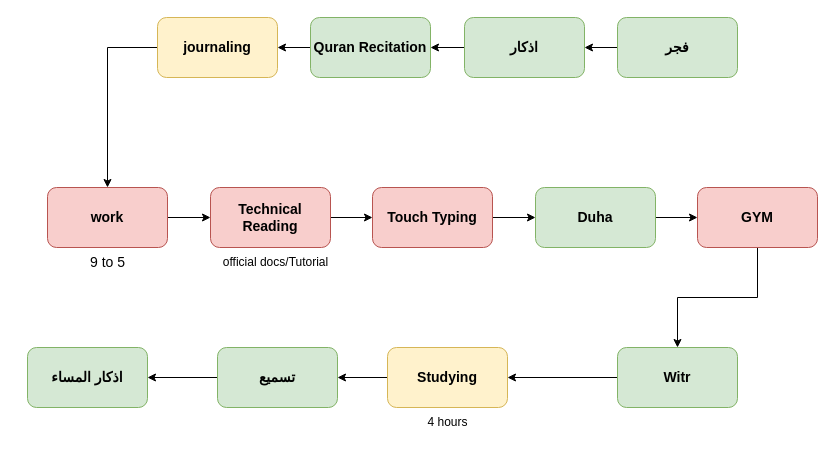
Before: daily_routine.drawio in tarikwaleed/diagrams, a draw.io diagram. Source tidied: cells renumbered, new cells numbered last; positions are measured from the earlier drawing's top-left corner, leaving out a move shared by most shapes. Both pictures are drawn from the tidied source at 100%, with x=0, y=0 at pixel (27, 17).
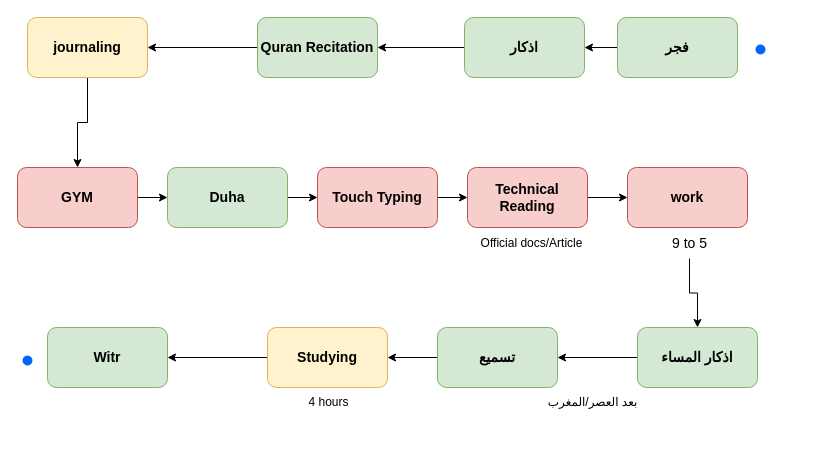
The same page after the edit.

What changed in the source:
```diff
@@
+    <mxCell id="30" style="edgeStyle=orthogonalEdgeStyle;rounded=0;jettySize=auto;html=1;" parent="1" edge="1" source="2" target="4">
+      <mxGeometry relative="1" as="geometry" />
+    </mxCell>
     <mxCell id="2" value="اذكار المساء" style="rounded=1;whiteSpace=wrap;html=1;fontSize=14;fontStyle=1;fillColor=#d5e8d4;strokeColor=#82b366;" parent="1" vertex="1">
-      <mxGeometry y="330" width="120" height="60" as="geometry" />
+      <mxGeometry x="610" y="310" width="120" height="60" as="geometry" />
     </mxCell>
-    <mxCell id="3" style="edgeStyle=orthogonalEdgeStyle;rounded=0;jettySize=auto;html=1;fontSize=14;fontStyle=1;" parent="1" edge="1" source="4" target="2">
-      <mxGeometry relative="1" as="geometry" />
-    </mxCell>
+    <mxCell id="31" style="edgeStyle=orthogonalEdgeStyle;rounded=0;jettySize=auto;html=1;" parent="1" edge="1" source="4" target="6">
+      <mxGeometry relative="1" as="geometry" />
+    </mxCell>
     <mxCell id="4" value="تسميع" style="rounded=1;whiteSpace=wrap;html=1;fontSize=14;fontStyle=1;fillColor=#d5e8d4;strokeColor=#82b366;" parent="1" vertex="1">
-      <mxGeometry x="190" y="330" width="120" height="60" as="geometry" />
+      <mxGeometry x="410" y="310" width="120" height="60" as="geometry" />
     </mxCell>
-    <mxCell id="5" style="edgeStyle=orthogonalEdgeStyle;rounded=0;jettySize=auto;html=1;fontSize=14;fontStyle=1;" parent="1" edge="1" source="6" target="4">
-      <mxGeometry relative="1" as="geometry" />
-    </mxCell>
+    <mxCell id="32" style="edgeStyle=orthogonalEdgeStyle;rounded=0;jettySize=auto;html=1;" parent="1" edge="1" source="6" target="8">
+      <mxGeometry relative="1" as="geometry" />
+    </mxCell>
     <mxCell id="6" value="Studying" style="rounded=1;whiteSpace=wrap;html=1;fontSize=14;fontStyle=1;fillColor=#fff2cc;strokeColor=#d6b656;" parent="1" vertex="1">
-      <mxGeometry x="360" y="330" width="120" height="60" as="geometry" />
+      <mxGeometry x="240" y="310" width="120" height="60" as="geometry" />
     </mxCell>
-    <mxCell id="7" style="edgeStyle=orthogonalEdgeStyle;rounded=0;jettySize=auto;html=1;fontSize=14;fontStyle=1;" parent="1" edge="1" source="8" target="6">
-      <mxGeometry relative="1" as="geometry" />
-    </mxCell>
     <mxCell id="8" value="Witr" style="rounded=1;whiteSpace=wrap;html=1;fontSize=14;fontStyle=1;fillColor=#d5e8d4;strokeColor=#82b366;" parent="1" vertex="1">
-      <mxGeometry x="590" y="330" width="120" height="60" as="geometry" />
+      <mxGeometry x="20" y="310" width="120" height="60" as="geometry" />
     </mxCell>
-    <mxCell id="9" style="edgeStyle=orthogonalEdgeStyle;rounded=0;jettySize=auto;html=1;exitX=0.5;exitY=1;exitDx=0;exitDy=0;entryX=0.5;entryY=0;entryDx=0;entryDy=0;fontSize=14;fontStyle=1;" parent="1" edge="1" source="10" target="8">
-      <mxGeometry relative="1" as="geometry" />
-    </mxCell>
+    <mxCell id="33" style="edgeStyle=orthogonalEdgeStyle;rounded=0;jettySize=auto;html=1;" parent="1" edge="1" source="10" target="12">
+      <mxGeometry relative="1" as="geometry" />
+    </mxCell>
     <mxCell id="10" value="GYM" style="rounded=1;whiteSpace=wrap;html=1;fontSize=14;fontStyle=1;fillColor=#f8cecc;strokeColor=#b85450;" parent="1" vertex="1">
-      <mxGeometry x="670" y="170" width="120" height="60" as="geometry" />
+      <mxGeometry x="-10" y="150" width="120" height="60" as="geometry" />
     </mxCell>
-    <mxCell id="11" style="edgeStyle=orthogonalEdgeStyle;rounded=0;jettySize=auto;html=1;exitX=1;exitY=0.5;exitDx=0;exitDy=0;fontSize=14;fontStyle=1;" parent="1" edge="1" source="12" target="10">
-      <mxGeometry relative="1" as="geometry" />
-    </mxCell>
-    <mxCell id="12" value="Duha" style="rounded=1;whiteSpace=wrap;html=1;fontSize=14;fontStyle=1;fillColor=#d5e8d4;strokeColor=#82b366;" parent="1" vertex="1">
-      <mxGeometry x="508" y="170" width="120" height="60" as="geometry" />
-    </mxCell>
-    <mxCell id="13" style="edgeStyle=orthogonalEdgeStyle;rounded=0;jettySize=auto;html=1;exitX=1;exitY=0.5;exitDx=0;exitDy=0;entryX=0;entryY=0.5;entryDx=0;entryDy=0;fontSize=14;fontStyle=1;" parent="1" edge="1" source="14" target="12">
-      <mxGeometry relative="1" as="geometry" />
-    </mxCell>
+    <mxCell id="34" style="edgeStyle=orthogonalEdgeStyle;rounded=0;jettySize=auto;html=1;exitX=1;exitY=0.5;exitDx=0;exitDy=0;entryX=0;entryY=0.5;entryDx=0;entryDy=0;" parent="1" edge="1" source="14" target="16">
+      <mxGeometry relative="1" as="geometry" />
+    </mxCell>
     <mxCell id="14" value="Touch Typing" style="rounded=1;whiteSpace=wrap;html=1;fontSize=14;fontStyle=1;fillColor=#f8cecc;strokeColor=#b85450;" parent="1" vertex="1">
-      <mxGeometry x="345" y="170" width="120" height="60" as="geometry" />
+      <mxGeometry x="290" y="150" width="120" height="60" as="geometry" />
     </mxCell>
-    <mxCell id="15" style="edgeStyle=orthogonalEdgeStyle;rounded=0;jettySize=auto;html=1;exitX=1;exitY=0.5;exitDx=0;exitDy=0;entryX=0;entryY=0.5;entryDx=0;entryDy=0;fontSize=14;fontStyle=1;" parent="1" edge="1" source="16" target="14">
-      <mxGeometry relative="1" as="geometry" />
-    </mxCell>
+    <mxCell id="35" style="edgeStyle=orthogonalEdgeStyle;rounded=0;jettySize=auto;html=1;exitX=1;exitY=0.5;exitDx=0;exitDy=0;entryX=0;entryY=0.5;entryDx=0;entryDy=0;" parent="1" edge="1" source="16" target="18">
+      <mxGeometry relative="1" as="geometry" />
+    </mxCell>
     <mxCell id="16" value="Technical Reading" style="rounded=1;whiteSpace=wrap;html=1;fontSize=14;fontStyle=1;fillColor=#f8cecc;strokeColor=#b85450;" parent="1" vertex="1">
-      <mxGeometry x="183" y="170" width="120" height="60" as="geometry" />
+      <mxGeometry x="440" y="150" width="120" height="60" as="geometry" />
     </mxCell>
-    <mxCell id="17" style="edgeStyle=orthogonalEdgeStyle;rounded=0;jettySize=auto;html=1;exitX=1;exitY=0.5;exitDx=0;exitDy=0;fontSize=14;fontStyle=1;" parent="1" edge="1" source="18" target="16">
-      <mxGeometry relative="1" as="geometry" />
-    </mxCell>
     <mxCell id="18" value="work" style="rounded=1;whiteSpace=wrap;html=1;fontSize=14;fontStyle=1;fillColor=#f8cecc;strokeColor=#b85450;" parent="1" vertex="1">
-      <mxGeometry x="20" y="170" width="120" height="60" as="geometry" />
+      <mxGeometry x="600" y="150" width="120" height="60" as="geometry" />
     </mxCell>
-    <mxCell id="19" style="edgeStyle=orthogonalEdgeStyle;rounded=0;jettySize=auto;html=1;exitX=0;exitY=0.5;exitDx=0;exitDy=0;entryX=0.5;entryY=0;entryDx=0;entryDy=0;fontSize=14;fontStyle=1;" parent="1" edge="1" source="20" target="18">
-      <mxGeometry relative="1" as="geometry" />
-    </mxCell>
+    <mxCell id="36" style="edgeStyle=orthogonalEdgeStyle;rounded=0;jettySize=auto;html=1;exitX=0.5;exitY=1;exitDx=0;exitDy=0;" parent="1" edge="1" source="20" target="10">
+      <mxGeometry relative="1" as="geometry" />
+    </mxCell>
     <mxCell id="20" value="&lt;font style=&quot;font-size: 14px;&quot;&gt;&lt;span style=&quot;font-size: 14px;&quot;&gt;journaling&lt;/span&gt;&lt;/font&gt;" style="rounded=1;whiteSpace=wrap;html=1;fontSize=14;fontStyle=1;fillColor=#fff2cc;strokeColor=#d6b656;" parent="1" vertex="1">
-      <mxGeometry x="130" width="120" height="60" as="geometry" />
+      <mxGeometry width="120" height="60" as="geometry" />
     </mxCell>
@@
     <mxCell id="22" value="&lt;font style=&quot;font-size: 14px;&quot;&gt;&lt;span style=&quot;font-size: 14px;&quot;&gt;Quran Recitation&lt;/span&gt;&lt;/font&gt;" style="rounded=1;whiteSpace=wrap;html=1;fontSize=14;fontStyle=1;fillColor=#d5e8d4;strokeColor=#82b366;" parent="1" vertex="1">
-      <mxGeometry x="283" width="120" height="60" as="geometry" />
+      <mxGeometry x="230" width="120" height="60" as="geometry" />
     </mxCell>
@@
+    <mxCell id="37" style="edgeStyle=orthogonalEdgeStyle;rounded=0;jettySize=auto;html=1;" parent="1" edge="1" source="27" target="2">
+      <mxGeometry relative="1" as="geometry" />
+    </mxCell>
     <mxCell id="27" value="&lt;font style=&quot;font-size: 14px;&quot;&gt;9 to 5&lt;/font&gt;" style="text;html=1;align=center;verticalAlign=middle;points=[];strokeColor=none;fillColor=none;" parent="1" vertex="1">
-      <mxGeometry x="50" y="230" width="60" height="30" as="geometry" />
+      <mxGeometry x="632" y="211" width="60" height="30" as="geometry" />
     </mxCell>
     <mxCell id="28" value="4 hours" style="text;html=1;align=center;verticalAlign=middle;strokeColor=none;fillColor=none;" parent="1" vertex="1">
-      <mxGeometry x="390" y="390" width="60" height="30" as="geometry" />
+      <mxGeometry x="271" y="370" width="60" height="30" as="geometry" />
     </mxCell>
-    <mxCell id="29" value="official docs/Tutorial" style="text;html=1;align=center;verticalAlign=middle;strokeColor=none;fillColor=none;" parent="1" vertex="1">
-      <mxGeometry x="183" y="230" width="130" height="30" as="geometry" />
+    <mxCell id="29" value="&lt;div&gt;Official docs/Article&lt;/div&gt;" style="text;html=1;align=center;verticalAlign=middle;strokeColor=none;fillColor=none;" parent="1" vertex="1">
+      <mxGeometry x="439" y="211" width="130" height="30" as="geometry" />
     </mxCell>
+    <mxCell id="38" style="edgeStyle=orthogonalEdgeStyle;rounded=0;jettySize=auto;html=1;" parent="1" edge="1" source="12" target="14">
+      <mxGeometry relative="1" as="geometry" />
+    </mxCell>
+    <mxCell id="12" value="Duha" style="rounded=1;whiteSpace=wrap;html=1;fontSize=14;fontStyle=1;fillColor=#d5e8d4;strokeColor=#82b366;" parent="1" vertex="1">
+      <mxGeometry x="140" y="150" width="120" height="60" as="geometry" />
+    </mxCell>
+    <mxCell id="39" value="بعد العصر/المغرب" style="text;html=1;align=center;verticalAlign=middle;strokeColor=none;fillColor=none;" parent="1" vertex="1">
+      <mxGeometry x="510" y="370" width="110" height="30" as="geometry" />
+    </mxCell>
+    <mxCell id="40" style="shape=ellipse;fillColor=#0065FF;strokeColor=none;html=1;sketch=0;" parent="1" vertex="1">
+      <mxGeometry x="728" y="27" width="10" height="10" as="geometry" />
+    </mxCell>
+    <mxCell id="41" style="shape=ellipse;fillColor=#0065FF;strokeColor=none;html=1;sketch=0;rotation=30;" parent="1" vertex="1">
+      <mxGeometry x="-5" y="338" width="10" height="10" as="geometry" />
+    </mxCell>
```
